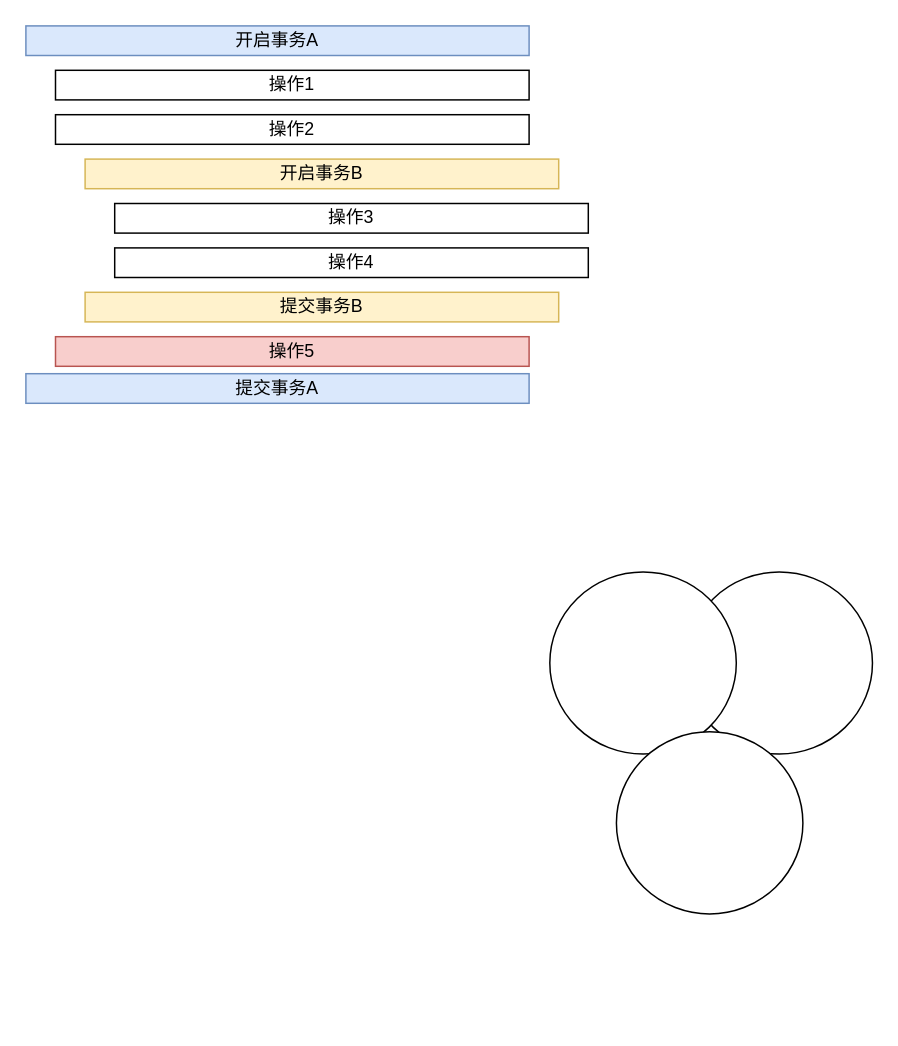
The draw.io diagram assets/uml/Untitled Diagram.drawio in vic-caopengfei/vic-caopengfei.github.io, before the edit. Source tidied: cells renumbered, new cells numbered last; positions are measured from the earlier drawing's top-left corner, leaving out a move shared by most shapes. Both pictures are drawn from the tidied source at 148%, with x=0, y=0 at pixel (25, 25).
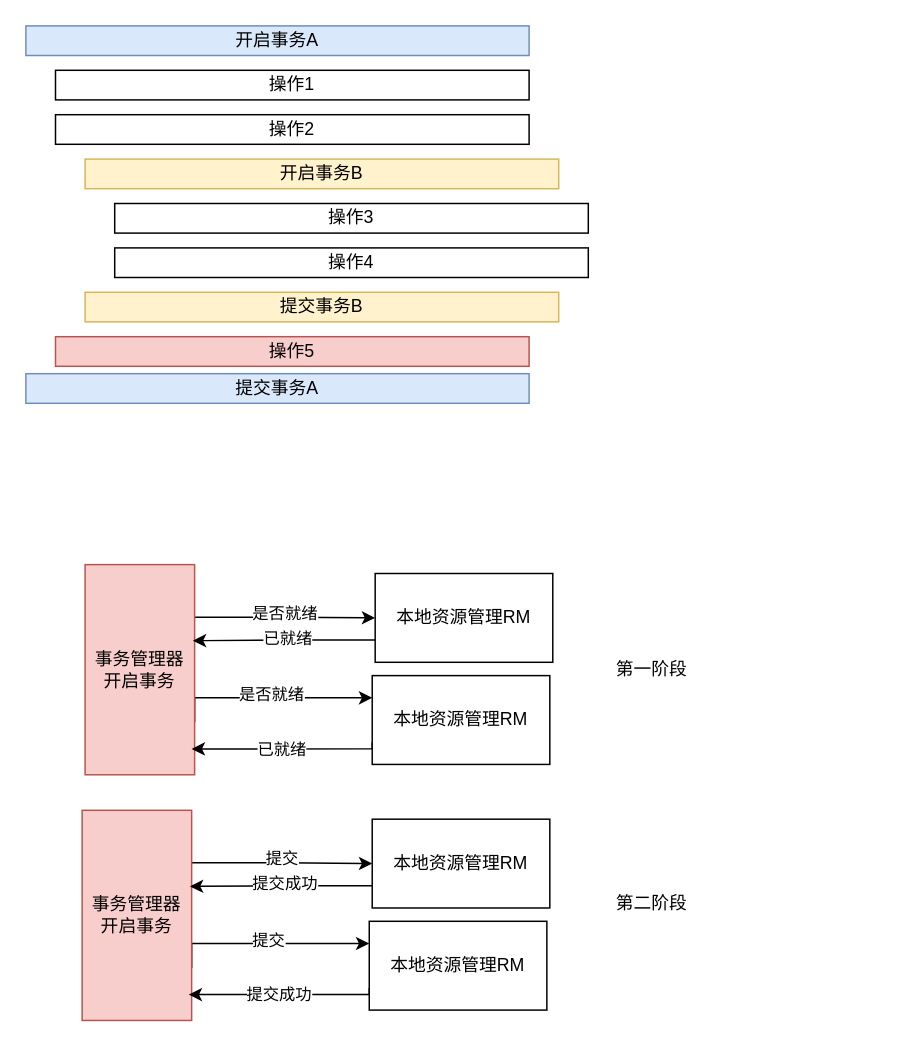
The same page after the edit.

Change to the diagram source:
```diff
@@
-    <mxCell id="11" style="ellipse;whiteSpace=wrap;html=1;" parent="1" vertex="1">
-      <mxGeometry x="446" y="369" width="126" height="123" as="geometry" />
-    </mxCell>
-    <mxCell id="12" style="ellipse;whiteSpace=wrap;html=1;" parent="1" vertex="1">
-      <mxGeometry x="354" y="369" width="126" height="123" as="geometry" />
-    </mxCell>
-    <mxCell id="13" style="ellipse;whiteSpace=wrap;html=1;" parent="1" vertex="1">
-      <mxGeometry x="399" y="477" width="126" height="123" as="geometry" />
-    </mxCell>
+    <mxCell id="14" style="edgeStyle=orthogonalEdgeStyle;rounded=0;jettySize=auto;html=1;exitX=1;exitY=0.25;exitDx=0;exitDy=0;entryX=0;entryY=0.5;entryDx=0;entryDy=0;" parent="1" edge="1" source="18" target="21">
+      <mxGeometry relative="1" as="geometry" />
+    </mxCell>
+    <mxCell id="15" value="是否就绪" style="edgeLabel;html=1;align=center;verticalAlign=middle;" parent="14" vertex="1">
+      <mxGeometry x="-0.02" y="3" relative="1" as="geometry" />
+    </mxCell>
+    <mxCell id="16" style="edgeStyle=orthogonalEdgeStyle;rounded=0;jettySize=auto;html=1;exitX=1;exitY=0.75;exitDx=0;exitDy=0;entryX=0;entryY=0.25;entryDx=0;entryDy=0;" parent="1" edge="1" source="18" target="24">
+      <mxGeometry relative="1" as="geometry">
+        <Array as="points">
+          <mxPoint x="114" y="454" />
+        </Array>
+      </mxGeometry>
+    </mxCell>
+    <mxCell id="17" value="是否就绪" style="edgeLabel;html=1;align=center;verticalAlign=middle;" parent="16" vertex="1">
+      <mxGeometry x="-0.01" y="3" relative="1" as="geometry" />
+    </mxCell>
+    <mxCell id="18" value="事务管理器&lt;br&gt;开启事务" style="rounded=0;whiteSpace=wrap;html=1;fillColor=#f8cecc;strokeColor=#b85450;" parent="1" vertex="1">
+      <mxGeometry x="40" y="364" width="74" height="142" as="geometry" />
+    </mxCell>
+    <mxCell id="19" style="edgeStyle=orthogonalEdgeStyle;rounded=0;jettySize=auto;html=1;exitX=0;exitY=0.75;exitDx=0;exitDy=0;entryX=0.984;entryY=0.362;entryDx=0;entryDy=0;entryPerimeter=0;" parent="1" edge="1" source="21" target="18">
+      <mxGeometry relative="1" as="geometry" />
+    </mxCell>
+    <mxCell id="20" value="已就绪" style="edgeLabel;html=1;align=center;verticalAlign=middle;" parent="19" vertex="1">
+      <mxGeometry x="-0.03" y="-2" relative="1" as="geometry" />
+    </mxCell>
+    <mxCell id="21" value="本地资源管理RM" style="rounded=0;whiteSpace=wrap;html=1;" parent="1" vertex="1">
+      <mxGeometry x="236" y="370" width="120" height="60" as="geometry" />
+    </mxCell>
+    <mxCell id="22" style="edgeStyle=orthogonalEdgeStyle;rounded=0;jettySize=auto;html=1;exitX=0;exitY=0.75;exitDx=0;exitDy=0;entryX=0.973;entryY=0.877;entryDx=0;entryDy=0;entryPerimeter=0;" parent="1" edge="1" source="24" target="18">
+      <mxGeometry relative="1" as="geometry">
+        <Array as="points">
+          <mxPoint x="234" y="489" />
+        </Array>
+      </mxGeometry>
+    </mxCell>
+    <mxCell id="23" value="已就绪" style="edgeLabel;html=1;align=center;verticalAlign=middle;" parent="22" vertex="1">
+      <mxGeometry x="0.04" relative="1" as="geometry" />
+    </mxCell>
+    <mxCell id="24" value="本地资源管理RM" style="rounded=0;whiteSpace=wrap;html=1;" parent="1" vertex="1">
+      <mxGeometry x="234" y="439" width="120" height="60" as="geometry" />
+    </mxCell>
+    <mxCell id="25" style="edgeStyle=orthogonalEdgeStyle;rounded=0;jettySize=auto;html=1;exitX=1;exitY=0.25;exitDx=0;exitDy=0;entryX=0;entryY=0.5;entryDx=0;entryDy=0;" parent="1" edge="1" source="29" target="32">
+      <mxGeometry relative="1" as="geometry" />
+    </mxCell>
+    <mxCell id="26" value="提交" style="edgeLabel;html=1;align=center;verticalAlign=middle;" parent="25" vertex="1">
+      <mxGeometry x="-0.02" y="3" relative="1" as="geometry" />
+    </mxCell>
+    <mxCell id="27" style="edgeStyle=orthogonalEdgeStyle;rounded=0;jettySize=auto;html=1;exitX=1;exitY=0.75;exitDx=0;exitDy=0;entryX=0;entryY=0.25;entryDx=0;entryDy=0;" parent="1" edge="1" source="29" target="35">
+      <mxGeometry relative="1" as="geometry">
+        <Array as="points">
+          <mxPoint x="112" y="620" />
+        </Array>
+      </mxGeometry>
+    </mxCell>
+    <mxCell id="28" value="提交" style="edgeLabel;html=1;align=center;verticalAlign=middle;" parent="27" vertex="1">
+      <mxGeometry x="-0.01" y="3" relative="1" as="geometry" />
+    </mxCell>
+    <mxCell id="29" value="事务管理器&lt;br&gt;开启事务" style="rounded=0;whiteSpace=wrap;html=1;fillColor=#f8cecc;strokeColor=#b85450;" parent="1" vertex="1">
+      <mxGeometry x="38" y="530" width="74" height="142" as="geometry" />
+    </mxCell>
+    <mxCell id="30" style="edgeStyle=orthogonalEdgeStyle;rounded=0;jettySize=auto;html=1;exitX=0;exitY=0.75;exitDx=0;exitDy=0;entryX=0.984;entryY=0.362;entryDx=0;entryDy=0;entryPerimeter=0;" parent="1" edge="1" source="32" target="29">
+      <mxGeometry relative="1" as="geometry" />
+    </mxCell>
+    <mxCell id="31" value="提交成功" style="edgeLabel;html=1;align=center;verticalAlign=middle;" parent="30" vertex="1">
+      <mxGeometry x="-0.03" y="-2" relative="1" as="geometry" />
+    </mxCell>
+    <mxCell id="32" value="本地资源管理RM" style="rounded=0;whiteSpace=wrap;html=1;" parent="1" vertex="1">
+      <mxGeometry x="234" y="536" width="120" height="60" as="geometry" />
+    </mxCell>
+    <mxCell id="33" style="edgeStyle=orthogonalEdgeStyle;rounded=0;jettySize=auto;html=1;exitX=0;exitY=0.75;exitDx=0;exitDy=0;entryX=0.973;entryY=0.877;entryDx=0;entryDy=0;entryPerimeter=0;" parent="1" edge="1" source="35" target="29">
+      <mxGeometry relative="1" as="geometry">
+        <Array as="points">
+          <mxPoint x="232" y="655" />
+        </Array>
+      </mxGeometry>
+    </mxCell>
+    <mxCell id="34" value="提交成功" style="edgeLabel;html=1;align=center;verticalAlign=middle;" parent="33" vertex="1">
+      <mxGeometry x="0.04" relative="1" as="geometry" />
+    </mxCell>
+    <mxCell id="35" value="本地资源管理RM" style="rounded=0;whiteSpace=wrap;html=1;" parent="1" vertex="1">
+      <mxGeometry x="232" y="605" width="120" height="60" as="geometry" />
+    </mxCell>
+    <mxCell id="36" value="第一阶段" style="text;html=1;strokeColor=none;fillColor=none;align=center;verticalAlign=middle;whiteSpace=wrap;rounded=0;" parent="1" vertex="1">
+      <mxGeometry x="393" y="420" width="60" height="30" as="geometry" />
+    </mxCell>
+    <mxCell id="37" value="第二阶段" style="text;html=1;strokeColor=none;fillColor=none;align=center;verticalAlign=middle;whiteSpace=wrap;rounded=0;" parent="1" vertex="1">
+      <mxGeometry x="393" y="578" width="60" height="30" as="geometry" />
+    </mxCell>
```
